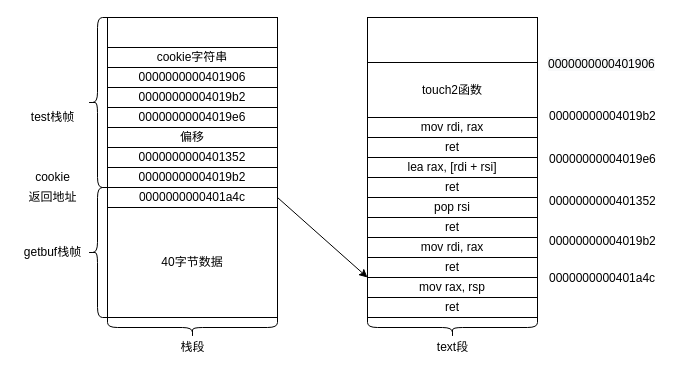
Earlier version of the draw.io diagram blog/AttackLabLevel5.drawio (Zephyrccc/ImageHostingService). Source tidied: cells renumbered, new cells numbered last; positions are measured from the earlier drawing's top-left corner, leaving out a move shared by most shapes. Both pictures are drawn from the tidied source at 100%, with x=0, y=0 at pixel (17, 17).
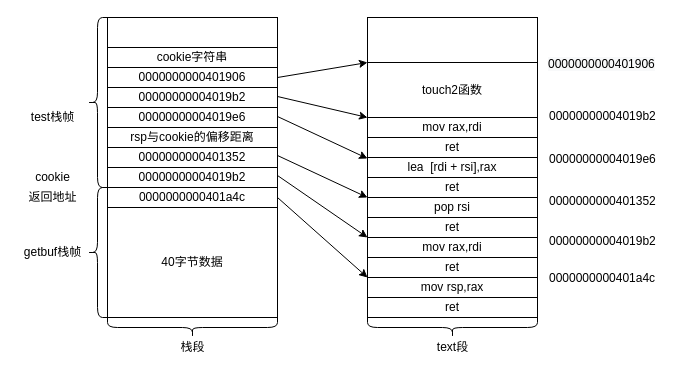
The same diagram, later.

The change refers to these unchanged cells:
```xml
<mxCell id="18" value="touch2函数" style="rounded=0;whiteSpace=wrap;html=1;" parent="1" vertex="1">
  <mxGeometry x="350" y="45" width="170" height="55" as="geometry" />
</mxCell>
<mxCell id="27" value="pop rsi" style="rounded=0;whiteSpace=wrap;html=1;" parent="1" vertex="1">
  <mxGeometry x="350" y="180" width="170" height="20" as="geometry" />
</mxCell>
```

Diff of the diagram source:
```diff
@@
-    <mxCell id="14" value="mov rax, rsp" style="rounded=0;whiteSpace=wrap;html=1;" parent="1" vertex="1">
+    <mxCell id="14" value="mov rsp,rax" style="rounded=0;whiteSpace=wrap;html=1;" parent="1" vertex="1">
       <mxGeometry x="350" y="260" width="170" height="20" as="geometry" />
     </mxCell>
@@
-    <mxCell id="16" value="偏移" style="rounded=0;whiteSpace=wrap;html=1;" parent="1" vertex="1">
+    <mxCell id="16" value="rsp与cookie的偏移距离" style="rounded=0;whiteSpace=wrap;html=1;" parent="1" vertex="1">
       <mxGeometry x="90" y="110" width="170" height="20" as="geometry" />
     </mxCell>
@@
-    <mxCell id="24" value="lea rax, [rdi + rsi]" style="rounded=0;whiteSpace=wrap;html=1;" parent="1" vertex="1">
+    <mxCell id="24" value="lea &amp;nbsp;[rdi + rsi],rax" style="rounded=0;whiteSpace=wrap;html=1;" parent="1" vertex="1">
       <mxGeometry x="350" y="140" width="170" height="20" as="geometry" />
     </mxCell>
@@
-    <mxCell id="29" value="mov rdi, rax" style="rounded=0;whiteSpace=wrap;html=1;" parent="1" vertex="1">
+    <mxCell id="29" value="mov rax,rdi" style="rounded=0;whiteSpace=wrap;html=1;" parent="1" vertex="1">
       <mxGeometry x="350" y="220" width="170" height="20" as="geometry" />
     </mxCell>
@@
-    <mxCell id="32" value="mov rdi, rax" style="rounded=0;whiteSpace=wrap;html=1;" parent="1" vertex="1">
+    <mxCell id="32" value="mov rax,rdi" style="rounded=0;whiteSpace=wrap;html=1;" parent="1" vertex="1">
       <mxGeometry x="350" y="100" width="170" height="20" as="geometry" />
     </mxCell>
@@
+    <mxCell id="41" style="endArrow=classic;html=1;rounded=0;exitX=1;exitY=0.5;exitDx=0;exitDy=0;entryX=0;entryY=0;entryDx=0;entryDy=0;" parent="1" edge="1" target="29">
+      <mxGeometry relative="1" as="geometry">
+        <mxPoint x="260" y="158" as="sourcePoint" />
+      </mxGeometry>
+    </mxCell>
+    <mxCell id="42" style="endArrow=classic;html=1;rounded=0;exitX=1;exitY=0.5;exitDx=0;exitDy=0;entryX=0;entryY=0;entryDx=0;entryDy=0;" parent="1" edge="1" target="27">
+      <mxGeometry relative="1" as="geometry">
+        <mxPoint x="260" y="138" as="sourcePoint" />
+      </mxGeometry>
+    </mxCell>
+    <mxCell id="43" style="endArrow=classic;html=1;rounded=0;exitX=1;exitY=0.5;exitDx=0;exitDy=0;entryX=0;entryY=0;entryDx=0;entryDy=0;" parent="1" edge="1">
+      <mxGeometry relative="1" as="geometry">
+        <mxPoint x="260" y="99" as="sourcePoint" />
+        <mxPoint x="350" y="141" as="targetPoint" />
+      </mxGeometry>
+    </mxCell>
+    <mxCell id="44" style="endArrow=classic;html=1;rounded=0;exitX=1;exitY=0.5;exitDx=0;exitDy=0;entryX=0;entryY=0;entryDx=0;entryDy=0;" parent="1" edge="1" target="32">
+      <mxGeometry relative="1" as="geometry">
+        <mxPoint x="260" y="79" as="sourcePoint" />
+      </mxGeometry>
+    </mxCell>
+    <mxCell id="45" style="endArrow=classic;html=1;rounded=0;exitX=1;exitY=0.5;exitDx=0;exitDy=0;entryX=0;entryY=0;entryDx=0;entryDy=0;" parent="1" edge="1" target="18">
+      <mxGeometry relative="1" as="geometry">
+        <mxPoint x="260" y="60" as="sourcePoint" />
+      </mxGeometry>
+    </mxCell>
```
